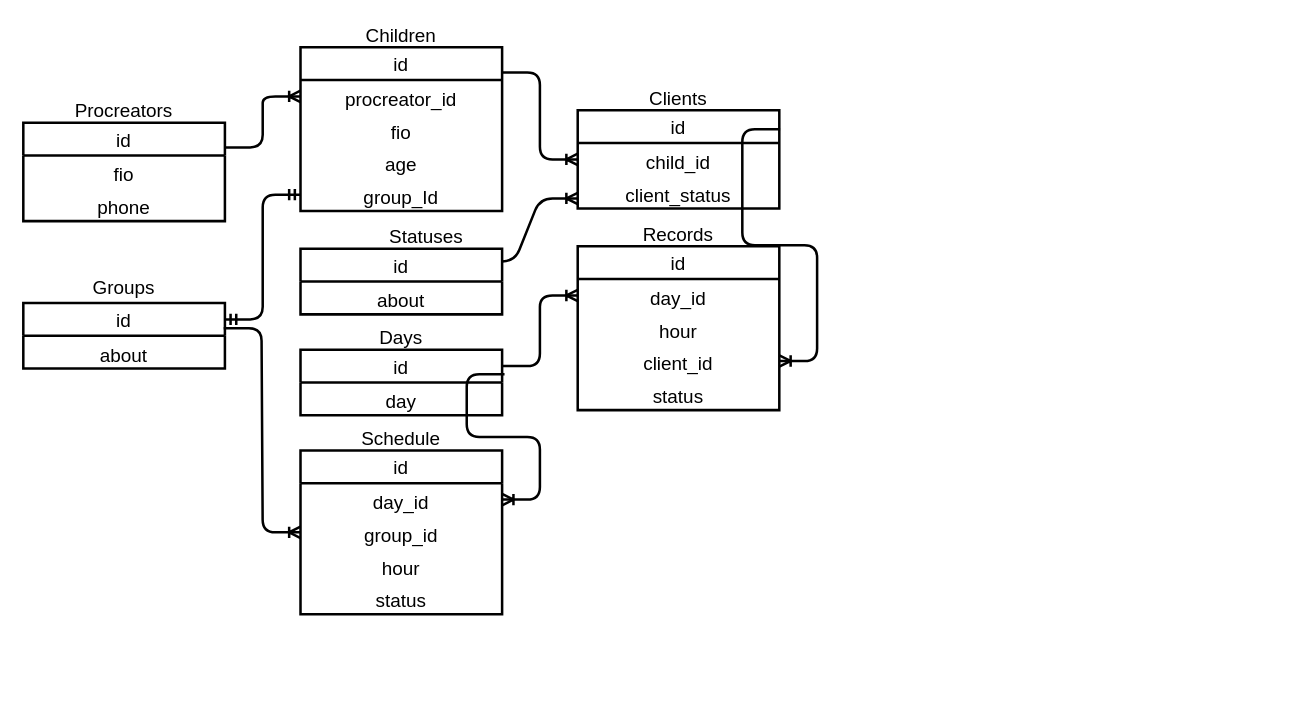
Earlier version of the draw.io diagram BD_MODEL1.drawio (kirillgladkih/diplom). Source tidied: cells renumbered, new cells numbered last; positions are measured from the earlier drawing's top-left corner, leaving out a move shared by most shapes. Both pictures are drawn from the tidied source at 126%, with x=0, y=0 at pixel (23, -16).
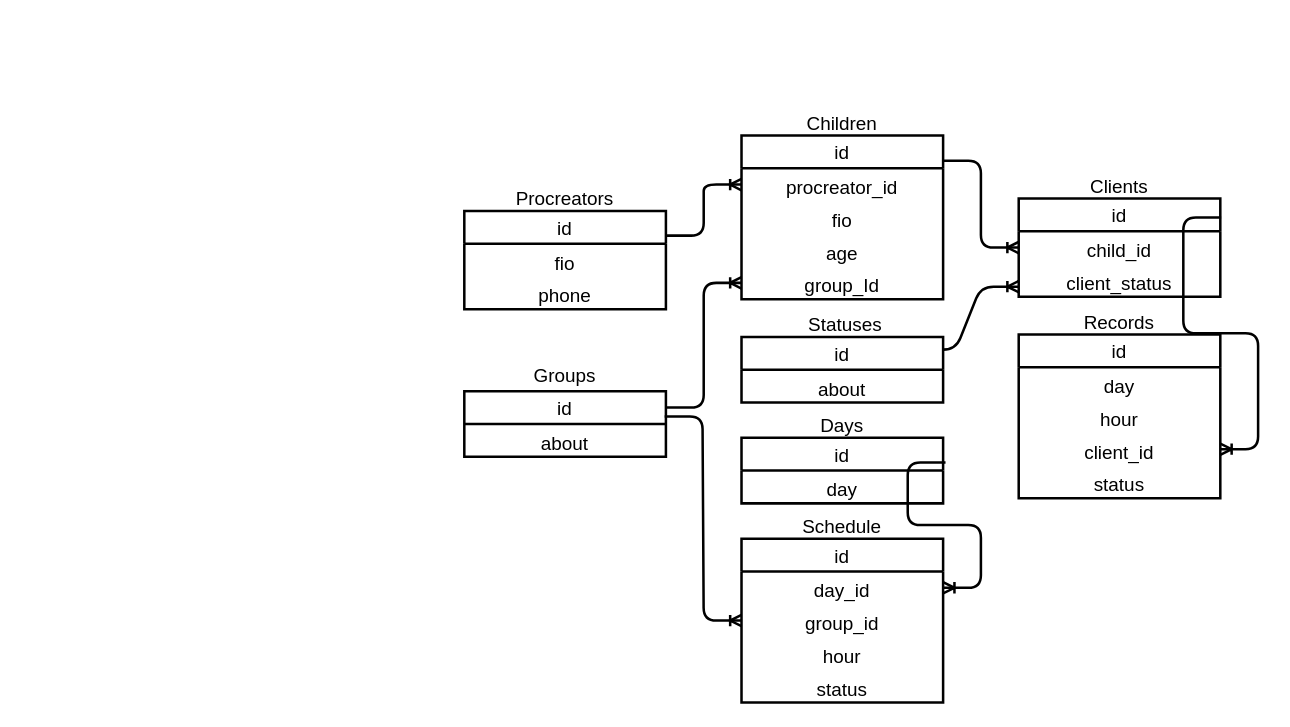
Above is the later version.

Change to the diagram source:
```diff
@@
-    <mxCell id="2" style="group;strokeWidth=6;align=center;fontSize=15;" parent="1" vertex="1">
-      <mxGeometry y="90" width="160" height="98" as="geometry" />
-    </mxCell>
+    <mxCell id="53" style="group;strokeWidth=6;align=center;fontSize=15;" parent="1" vertex="1">
+      <mxGeometry x="350" y="160" width="160" height="98" as="geometry" />
+    </mxCell>
-    <mxCell id="3" value="&lt;font style=&quot;font-size: 15px;&quot;&gt;Procreators&lt;/font&gt;" style="text;html=1;strokeColor=none;fillColor=none;align=center;verticalAlign=middle;whiteSpace=wrap;rounded=0;fontSize=15;" parent="2" vertex="1">
+    <mxCell id="3" value="&lt;font style=&quot;font-size: 15px;&quot;&gt;Procreators&lt;/font&gt;" style="text;html=1;strokeColor=none;fillColor=none;align=center;verticalAlign=middle;whiteSpace=wrap;rounded=0;fontSize=15;" parent="53" vertex="1">
       <mxGeometry x="35" width="90" height="20" as="geometry" />
     </mxCell>
-    <mxCell id="4" value="id" style="swimlane;fontStyle=0;horizontal=1;startSize=26;align=center;fontSize=15;strokeWidth=2;" parent="2" vertex="1">
-      <mxGeometry y="20" width="160" height="78" as="geometry" />
-    </mxCell>
+    <mxCell id="54" value="id" style="swimlane;fontStyle=0;horizontal=1;startSize=26;align=center;fontSize=15;strokeWidth=2;" parent="53" vertex="1">
+      <mxGeometry y="20" width="160" height="78" as="geometry" />
+    </mxCell>
-    <mxCell id="5" value="fio" style="text;strokeColor=none;fillColor=none;spacingLeft=4;spacingRight=4;overflow=hidden;fontSize=15;align=center;" parent="4" vertex="1">
+    <mxCell id="5" value="fio" style="text;strokeColor=none;fillColor=none;spacingLeft=4;spacingRight=4;overflow=hidden;fontSize=15;align=center;" parent="54" vertex="1">
       <mxGeometry y="26" width="160" height="26" as="geometry" />
     </mxCell>
-    <mxCell id="6" value="phone" style="text;strokeColor=none;fillColor=none;spacingLeft=4;spacingRight=4;overflow=hidden;fontSize=15;align=center;" parent="4" vertex="1">
+    <mxCell id="6" value="phone" style="text;strokeColor=none;fillColor=none;spacingLeft=4;spacingRight=4;overflow=hidden;fontSize=15;align=center;" parent="54" vertex="1">
       <mxGeometry y="52" width="160" height="26" as="geometry" />
     </mxCell>
-    <mxCell id="7" style="group;align=center;fontSize=15;" parent="1" vertex="1">
-      <mxGeometry y="230" width="160" height="98" as="geometry" />
-    </mxCell>
+    <mxCell id="55" style="group;align=center;fontSize=15;" parent="1" vertex="1">
+      <mxGeometry x="350" y="300" width="160" height="98" as="geometry" />
+    </mxCell>
-    <mxCell id="8" value="&lt;font style=&quot;font-size: 15px;&quot;&gt;Groups&lt;/font&gt;" style="text;html=1;strokeColor=none;fillColor=none;align=center;verticalAlign=middle;whiteSpace=wrap;rounded=0;fontSize=15;" parent="7" vertex="1">
+    <mxCell id="8" value="&lt;font style=&quot;font-size: 15px;&quot;&gt;Groups&lt;/font&gt;" style="text;html=1;strokeColor=none;fillColor=none;align=center;verticalAlign=middle;whiteSpace=wrap;rounded=0;fontSize=15;" parent="55" vertex="1">
       <mxGeometry x="35" width="90" height="20" as="geometry" />
     </mxCell>
-    <mxCell id="9" value="id" style="swimlane;fontStyle=0;horizontal=1;startSize=26;align=center;fontSize=15;strokeWidth=2;" parent="7" vertex="1">
+    <mxCell id="9" value="id" style="swimlane;fontStyle=0;horizontal=1;startSize=26;align=center;fontSize=15;strokeWidth=2;" parent="55" vertex="1">
       <mxGeometry y="23" width="160" height="52" as="geometry" />
     </mxCell>
-    <mxCell id="10" value="about" style="text;strokeColor=none;fillColor=none;spacingLeft=4;spacingRight=4;overflow=hidden;fontSize=15;align=center;" parent="9" vertex="1">
-      <mxGeometry y="26" width="160" height="26" as="geometry" />
-    </mxCell>
-    <mxCell id="11" style="group;align=center;fontSize=15;" parent="1" vertex="1">
-      <mxGeometry x="440" y="80" width="160" height="98" as="geometry" />
-    </mxCell>
+    <mxCell id="56" value="about" style="text;strokeColor=none;fillColor=none;spacingLeft=4;spacingRight=4;overflow=hidden;fontSize=15;align=center;" parent="9" vertex="1">
+      <mxGeometry y="26" width="160" height="26" as="geometry" />
+    </mxCell>
+    <mxCell id="57" style="group;align=center;fontSize=15;" parent="1" vertex="1">
+      <mxGeometry x="790" y="150" width="160" height="98" as="geometry" />
+    </mxCell>
-    <mxCell id="12" value="&lt;font style=&quot;font-size: 15px;&quot;&gt;Clients&lt;/font&gt;" style="text;html=1;strokeColor=none;fillColor=none;align=center;verticalAlign=middle;whiteSpace=wrap;rounded=0;fontSize=15;" parent="11" vertex="1">
+    <mxCell id="12" value="&lt;font style=&quot;font-size: 15px;&quot;&gt;Clients&lt;/font&gt;" style="text;html=1;strokeColor=none;fillColor=none;align=center;verticalAlign=middle;whiteSpace=wrap;rounded=0;fontSize=15;" parent="57" vertex="1">
       <mxGeometry x="35" width="90" height="20" as="geometry" />
     </mxCell>
-    <mxCell id="13" value="id" style="swimlane;fontStyle=0;horizontal=1;startSize=26;align=center;fontSize=15;strokeWidth=2;" parent="11" vertex="1">
-      <mxGeometry y="20" width="160" height="78" as="geometry" />
-    </mxCell>
+    <mxCell id="58" value="id" style="swimlane;fontStyle=0;horizontal=1;startSize=26;align=center;fontSize=15;strokeWidth=2;" parent="57" vertex="1">
+      <mxGeometry y="20" width="160" height="78" as="geometry" />
+    </mxCell>
-    <mxCell id="14" value="child_id" style="text;strokeColor=none;fillColor=none;spacingLeft=4;spacingRight=4;overflow=hidden;points=[[0,0.5],[1,0.5]];portConstraint=eastwest;fontSize=15;align=center;" parent="13" vertex="1">
+    <mxCell id="14" value="child_id" style="text;strokeColor=none;fillColor=none;spacingLeft=4;spacingRight=4;overflow=hidden;points=[[0,0.5],[1,0.5]];portConstraint=eastwest;fontSize=15;align=center;" parent="58" vertex="1">
       <mxGeometry y="26" width="160" height="26" as="geometry" />
     </mxCell>
-    <mxCell id="15" value="client_status" style="text;strokeColor=none;fillColor=none;spacingLeft=4;spacingRight=4;overflow=hidden;fontSize=15;align=center;" parent="13" vertex="1">
+    <mxCell id="15" value="client_status" style="text;strokeColor=none;fillColor=none;spacingLeft=4;spacingRight=4;overflow=hidden;fontSize=15;align=center;" parent="58" vertex="1">
       <mxGeometry y="52" width="160" height="26" as="geometry" />
     </mxCell>
-    <mxCell id="16" style="edgeStyle=entityRelationEdgeStyle;fontSize=15;html=1;endArrow=ERoneToMany;exitX=0.875;exitY=0.192;exitDx=0;exitDy=0;exitPerimeter=0;strokeWidth=2;align=center;" parent="13" edge="1" source="30">
-      <mxGeometry relative="1" as="geometry">
-        <mxPoint y="70" as="targetPoint" />
-      </mxGeometry>
-    </mxCell>
-    <mxCell id="17" style="group;strokeWidth=2;align=center;fontSize=15;" parent="1" vertex="1">
-      <mxGeometry x="220" y="270" width="160" height="98" as="geometry" />
-    </mxCell>
+    <mxCell id="59" style="edgeStyle=entityRelationEdgeStyle;fontSize=15;html=1;endArrow=ERoneToMany;exitX=0.875;exitY=0.192;exitDx=0;exitDy=0;exitPerimeter=0;strokeWidth=2;align=center;" parent="58" edge="1" source="30">
+      <mxGeometry relative="1" as="geometry">
+        <mxPoint y="70" as="targetPoint" />
+      </mxGeometry>
+    </mxCell>
+    <mxCell id="60" style="group;strokeWidth=2;align=center;fontSize=15;" parent="1" vertex="1">
+      <mxGeometry x="570" y="340" width="160" height="98" as="geometry" />
+    </mxCell>
-    <mxCell id="18" value="&lt;font style=&quot;font-size: 15px;&quot;&gt;Days&lt;/font&gt;" style="text;html=1;strokeColor=none;fillColor=none;align=center;verticalAlign=middle;whiteSpace=wrap;rounded=0;fontSize=15;" parent="17" vertex="1">
+    <mxCell id="18" value="&lt;font style=&quot;font-size: 15px;&quot;&gt;Days&lt;/font&gt;" style="text;html=1;strokeColor=none;fillColor=none;align=center;verticalAlign=middle;whiteSpace=wrap;rounded=0;fontSize=15;" parent="60" vertex="1">
       <mxGeometry x="35" width="90" height="20" as="geometry" />
     </mxCell>
-    <mxCell id="19" value="id" style="swimlane;fontStyle=0;horizontal=1;startSize=26;align=center;fontSize=15;strokeWidth=2;" parent="17" vertex="1">
+    <mxCell id="19" value="id" style="swimlane;fontStyle=0;horizontal=1;startSize=26;align=center;fontSize=15;strokeWidth=2;" parent="60" vertex="1">
       <mxGeometry y="20" width="160" height="52" as="geometry" />
     </mxCell>
-    <mxCell id="20" value="day" style="text;strokeColor=none;fillColor=none;spacingLeft=4;spacingRight=4;overflow=hidden;fontSize=15;align=center;" parent="19" vertex="1">
-      <mxGeometry y="26" width="160" height="26" as="geometry" />
-    </mxCell>
-    <mxCell id="21" style="group;strokeWidth=2;align=center;fontSize=15;" parent="1" vertex="1">
-      <mxGeometry x="220" y="350" width="160" height="98" as="geometry" />
-    </mxCell>
+    <mxCell id="61" value="day" style="text;strokeColor=none;fillColor=none;spacingLeft=4;spacingRight=4;overflow=hidden;fontSize=15;align=center;" parent="19" vertex="1">
+      <mxGeometry y="26" width="160" height="26" as="geometry" />
+    </mxCell>
+    <mxCell id="62" style="group;strokeWidth=2;align=center;fontSize=15;" parent="1" vertex="1">
+      <mxGeometry x="570" y="420" width="160" height="98" as="geometry" />
+    </mxCell>
-    <mxCell id="22" value="&lt;span style=&quot;font-size: 15px;&quot;&gt;Schedule&lt;/span&gt;" style="text;html=1;strokeColor=none;fillColor=none;align=center;verticalAlign=middle;whiteSpace=wrap;rounded=0;fontSize=15;" parent="21" vertex="1">
+    <mxCell id="22" value="&lt;span style=&quot;font-size: 15px;&quot;&gt;Schedule&lt;/span&gt;" style="text;html=1;strokeColor=none;fillColor=none;align=center;verticalAlign=middle;whiteSpace=wrap;rounded=0;fontSize=15;" parent="62" vertex="1">
       <mxGeometry x="35" width="90" height="20" as="geometry" />
     </mxCell>
-    <mxCell id="23" value="id" style="swimlane;fontStyle=0;horizontal=1;startSize=26;align=center;fontSize=15;strokeWidth=2;" parent="21" vertex="1">
-      <mxGeometry y="20" width="160" height="130" as="geometry" />
-    </mxCell>
-    <mxCell id="24" value="day_id" style="text;strokeColor=none;fillColor=none;spacingLeft=4;spacingRight=4;overflow=hidden;points=[[0,0.5],[1,0.5]];portConstraint=eastwest;fontSize=15;align=center;" parent="23" vertex="1">
-      <mxGeometry y="26" width="160" height="26" as="geometry" />
-    </mxCell>
+    <mxCell id="63" value="id" style="swimlane;fontStyle=0;horizontal=1;startSize=26;align=center;fontSize=15;strokeWidth=2;" parent="62" vertex="1">
+      <mxGeometry y="20" width="160" height="130" as="geometry" />
+    </mxCell>
+    <mxCell id="64" value="day_id" style="text;strokeColor=none;fillColor=none;spacingLeft=4;spacingRight=4;overflow=hidden;points=[[0,0.5],[1,0.5]];portConstraint=eastwest;fontSize=15;align=center;" parent="63" vertex="1">
+      <mxGeometry y="26" width="160" height="26" as="geometry" />
+    </mxCell>
-    <mxCell id="25" value="group_id" style="text;strokeColor=none;fillColor=none;spacingLeft=4;spacingRight=4;overflow=hidden;points=[[0,0.5],[1,0.5]];portConstraint=eastwest;fontSize=15;align=center;" parent="23" vertex="1">
+    <mxCell id="25" value="group_id" style="text;strokeColor=none;fillColor=none;spacingLeft=4;spacingRight=4;overflow=hidden;points=[[0,0.5],[1,0.5]];portConstraint=eastwest;fontSize=15;align=center;" parent="63" vertex="1">
       <mxGeometry y="52" width="160" height="26" as="geometry" />
     </mxCell>
-    <mxCell id="26" value="hour" style="text;strokeColor=none;fillColor=none;spacingLeft=4;spacingRight=4;overflow=hidden;fontSize=15;align=center;" parent="23" vertex="1">
+    <mxCell id="26" value="hour" style="text;strokeColor=none;fillColor=none;spacingLeft=4;spacingRight=4;overflow=hidden;fontSize=15;align=center;" parent="63" vertex="1">
       <mxGeometry y="78" width="160" height="26" as="geometry" />
     </mxCell>
-    <mxCell id="27" value="status" style="text;strokeColor=none;fillColor=none;spacingLeft=4;spacingRight=4;overflow=hidden;fontSize=15;align=center;" parent="23" vertex="1">
-      <mxGeometry y="104" width="160" height="26" as="geometry" />
-    </mxCell>
-    <mxCell id="28" style="group;rotation=90;align=center;fontSize=15;" parent="1" vertex="1">
-      <mxGeometry x="240" width="160" height="262" as="geometry" />
-    </mxCell>
+    <mxCell id="65" value="status" style="text;strokeColor=none;fillColor=none;spacingLeft=4;spacingRight=4;overflow=hidden;fontSize=15;align=center;" parent="63" vertex="1">
+      <mxGeometry y="104" width="160" height="26" as="geometry" />
+    </mxCell>
+    <mxCell id="66" style="group;rotation=90;align=center;fontSize=15;" parent="1" vertex="1">
+      <mxGeometry x="590" y="70" width="160" height="262" as="geometry" />
+    </mxCell>
-    <mxCell id="29" value="&lt;font style=&quot;font-size: 15px;&quot;&gt;Statuses&lt;/font&gt;" style="text;html=1;strokeColor=none;fillColor=none;align=center;verticalAlign=middle;whiteSpace=wrap;rounded=0;fontSize=15;" parent="28" vertex="1">
-      <mxGeometry x="35" y="190" width="90" height="20" as="geometry" />
+    <mxCell id="29" value="&lt;font style=&quot;font-size: 15px;&quot;&gt;Statuses&lt;/font&gt;" style="text;html=1;strokeColor=none;fillColor=none;align=center;verticalAlign=middle;whiteSpace=wrap;rounded=0;fontSize=15;" parent="66" vertex="1">
+      <mxGeometry y="190" width="125" height="20" as="geometry" />
     </mxCell>
-    <mxCell id="30" value="id" style="swimlane;fontStyle=0;horizontal=1;startSize=26;align=center;fontSize=15;strokeWidth=2;" parent="28" vertex="1">
+    <mxCell id="30" value="id" style="swimlane;fontStyle=0;horizontal=1;startSize=26;align=center;fontSize=15;strokeWidth=2;" parent="66" vertex="1">
       <mxGeometry x="-20" y="210" width="160" height="52" as="geometry" />
     </mxCell>
-    <mxCell id="31" value="about" style="text;strokeColor=none;fillColor=none;spacingLeft=4;spacingRight=4;overflow=hidden;fontSize=15;align=center;" parent="30" vertex="1">
-      <mxGeometry y="26" width="160" height="26" as="geometry" />
-    </mxCell>
-    <mxCell id="32" style="group;align=center;fontSize=15;" parent="1" vertex="1">
-      <mxGeometry x="440" y="188" width="160" height="98" as="geometry" />
-    </mxCell>
+    <mxCell id="67" value="about" style="text;strokeColor=none;fillColor=none;spacingLeft=4;spacingRight=4;overflow=hidden;fontSize=15;align=center;" parent="30" vertex="1">
+      <mxGeometry y="26" width="160" height="26" as="geometry" />
+    </mxCell>
+    <mxCell id="68" style="group;align=center;fontSize=15;" parent="1" vertex="1">
+      <mxGeometry x="790" y="258" width="160" height="98" as="geometry" />
+    </mxCell>
-    <mxCell id="33" value="&lt;font style=&quot;font-size: 15px;&quot;&gt;Records&lt;/font&gt;" style="text;html=1;strokeColor=none;fillColor=none;align=center;verticalAlign=middle;whiteSpace=wrap;rounded=0;fontSize=15;" parent="32" vertex="1">
+    <mxCell id="33" value="&lt;font style=&quot;font-size: 15px;&quot;&gt;Records&lt;/font&gt;" style="text;html=1;strokeColor=none;fillColor=none;align=center;verticalAlign=middle;whiteSpace=wrap;rounded=0;fontSize=15;" parent="68" vertex="1">
       <mxGeometry x="35" width="90" height="20" as="geometry" />
     </mxCell>
-    <mxCell id="34" value="id" style="swimlane;fontStyle=0;horizontal=1;startSize=26;align=center;fontSize=15;strokeWidth=2;" parent="32" vertex="1">
-      <mxGeometry y="20" width="160" height="130" as="geometry" />
-    </mxCell>
-    <mxCell id="35" value="day_id" style="text;strokeColor=none;fillColor=none;spacingLeft=4;spacingRight=4;overflow=hidden;points=[[0,0.5],[1,0.5]];portConstraint=eastwest;fontSize=15;align=center;" parent="34" vertex="1">
-      <mxGeometry y="26" width="160" height="26" as="geometry" />
-    </mxCell>
+    <mxCell id="69" value="id" style="swimlane;fontStyle=0;horizontal=1;startSize=26;align=center;fontSize=15;strokeWidth=2;" parent="68" vertex="1">
+      <mxGeometry y="20" width="160" height="130" as="geometry" />
+    </mxCell>
+    <mxCell id="70" value="day" style="text;strokeColor=none;fillColor=none;spacingLeft=4;spacingRight=4;overflow=hidden;fontSize=15;align=center;" parent="69" vertex="1">
+      <mxGeometry y="26" width="160" height="26" as="geometry" />
+    </mxCell>
-    <mxCell id="36" value="hour" style="text;strokeColor=none;fillColor=none;spacingLeft=4;spacingRight=4;overflow=hidden;fontSize=15;align=center;" parent="34" vertex="1">
+    <mxCell id="36" value="hour" style="text;strokeColor=none;fillColor=none;spacingLeft=4;spacingRight=4;overflow=hidden;fontSize=15;align=center;" parent="69" vertex="1">
       <mxGeometry y="52" width="160" height="26" as="geometry" />
     </mxCell>
-    <mxCell id="37" value="client_id" style="text;strokeColor=none;fillColor=none;spacingLeft=4;spacingRight=4;overflow=hidden;points=[[0,0.5],[1,0.5]];portConstraint=eastwest;fontSize=15;align=center;" parent="34" vertex="1">
+    <mxCell id="37" value="client_id" style="text;strokeColor=none;fillColor=none;spacingLeft=4;spacingRight=4;overflow=hidden;points=[[0,0.5],[1,0.5]];portConstraint=eastwest;fontSize=15;align=center;" parent="69" vertex="1">
       <mxGeometry y="78" width="160" height="26" as="geometry" />
     </mxCell>
-    <mxCell id="38" value="status" style="text;strokeColor=none;fillColor=none;spacingLeft=4;spacingRight=4;overflow=hidden;fontSize=15;align=center;" parent="34" vertex="1">
-      <mxGeometry y="104" width="160" height="26" as="geometry" />
-    </mxCell>
-    <mxCell id="39" style="edgeStyle=entityRelationEdgeStyle;fontSize=15;html=1;endArrow=ERmandOne;startArrow=ERmandOne;entryX=0;entryY=0.5;entryDx=0;entryDy=0;strokeWidth=2;exitX=1;exitY=0.25;exitDx=0;exitDy=0;align=center;" parent="1" edge="1" source="9" target="47">
-      <mxGeometry relative="1" as="geometry" />
-    </mxCell>
-    <mxCell id="40" style="edgeStyle=entityRelationEdgeStyle;fontSize=15;html=1;endArrow=ERoneToMany;exitX=1;exitY=0.25;exitDx=0;exitDy=0;entryX=0;entryY=0.5;entryDx=0;entryDy=0;strokeWidth=2;align=center;" parent="1" edge="1" source="4" target="44">
-      <mxGeometry relative="1" as="geometry" />
-    </mxCell>
-    <mxCell id="41" style="group;align=center;fontSize=15;" parent="1" vertex="1">
-      <mxGeometry x="220" y="30" width="160" height="124" as="geometry" />
-    </mxCell>
+    <mxCell id="71" value="status" style="text;strokeColor=none;fillColor=none;spacingLeft=4;spacingRight=4;overflow=hidden;fontSize=15;align=center;" parent="69" vertex="1">
+      <mxGeometry y="104" width="160" height="26" as="geometry" />
+    </mxCell>
+    <mxCell id="72" style="edgeStyle=entityRelationEdgeStyle;fontSize=15;html=1;endArrow=ERoneToMany;exitX=1;exitY=0.25;exitDx=0;exitDy=0;entryX=0;entryY=0.5;entryDx=0;entryDy=0;strokeWidth=2;align=center;" parent="1" edge="1" source="54" target="44">
+      <mxGeometry relative="1" as="geometry" />
+    </mxCell>
+    <mxCell id="73" style="group;align=center;fontSize=15;" parent="1" vertex="1">
+      <mxGeometry x="570" y="100" width="160" height="124" as="geometry" />
+    </mxCell>
-    <mxCell id="42" value="&lt;font style=&quot;font-size: 15px;&quot;&gt;Children&lt;/font&gt;" style="text;html=1;strokeColor=none;fillColor=none;align=center;verticalAlign=middle;whiteSpace=wrap;rounded=0;fontSize=15;" parent="41" vertex="1">
+    <mxCell id="42" value="&lt;font style=&quot;font-size: 15px;&quot;&gt;Children&lt;/font&gt;" style="text;html=1;strokeColor=none;fillColor=none;align=center;verticalAlign=middle;whiteSpace=wrap;rounded=0;fontSize=15;" parent="73" vertex="1">
       <mxGeometry x="40" width="80" height="20" as="geometry" />
     </mxCell>
-    <mxCell id="43" value="id" style="swimlane;fontStyle=0;horizontal=1;startSize=26;align=center;fontSize=15;strokeWidth=2;" parent="41" vertex="1">
-      <mxGeometry y="20" width="160" height="130" as="geometry" />
-    </mxCell>
+    <mxCell id="74" value="id" style="swimlane;fontStyle=0;horizontal=1;startSize=26;align=center;fontSize=15;strokeWidth=2;" parent="73" vertex="1">
+      <mxGeometry y="20" width="160" height="130" as="geometry" />
+    </mxCell>
-    <mxCell id="44" value="procreator_id" style="text;strokeColor=none;fillColor=none;spacingLeft=4;spacingRight=4;overflow=hidden;points=[[0,0.5],[1,0.5]];portConstraint=eastwest;fontSize=15;align=center;" parent="43" vertex="1">
+    <mxCell id="44" value="procreator_id" style="text;strokeColor=none;fillColor=none;spacingLeft=4;spacingRight=4;overflow=hidden;points=[[0,0.5],[1,0.5]];portConstraint=eastwest;fontSize=15;align=center;" parent="74" vertex="1">
       <mxGeometry y="26" width="160" height="26" as="geometry" />
     </mxCell>
-    <mxCell id="45" value="fio" style="text;strokeColor=none;fillColor=none;spacingLeft=4;spacingRight=4;overflow=hidden;fontSize=15;align=center;" parent="43" vertex="1">
+    <mxCell id="45" value="fio" style="text;strokeColor=none;fillColor=none;spacingLeft=4;spacingRight=4;overflow=hidden;fontSize=15;align=center;" parent="74" vertex="1">
       <mxGeometry y="52" width="160" height="26" as="geometry" />
     </mxCell>
-    <mxCell id="46" value="age" style="text;strokeColor=none;fillColor=none;spacingLeft=4;spacingRight=4;overflow=hidden;fontSize=15;align=center;" parent="43" vertex="1">
+    <mxCell id="46" value="age" style="text;strokeColor=none;fillColor=none;spacingLeft=4;spacingRight=4;overflow=hidden;fontSize=15;align=center;" parent="74" vertex="1">
       <mxGeometry y="78" width="160" height="26" as="geometry" />
     </mxCell>
-    <mxCell id="47" value="group_Id" style="text;strokeColor=none;fillColor=none;spacingLeft=4;spacingRight=4;overflow=hidden;points=[[0,0.5],[1,0.5]];portConstraint=eastwest;fontSize=15;align=center;" parent="43" vertex="1">
+    <mxCell id="47" value="group_Id" style="text;strokeColor=none;fillColor=none;spacingLeft=4;spacingRight=4;overflow=hidden;points=[[0,0.5],[1,0.5]];portConstraint=eastwest;fontSize=15;align=center;" parent="74" vertex="1">
       <mxGeometry y="104" width="160" height="26" as="geometry" />
     </mxCell>
-    <mxCell id="48" style="edgeStyle=entityRelationEdgeStyle;fontSize=15;html=1;endArrow=ERoneToMany;entryX=0;entryY=0.5;entryDx=0;entryDy=0;strokeWidth=2;align=center;" parent="1" edge="1" target="14">
-      <mxGeometry relative="1" as="geometry">
-        <mxPoint x="380" y="70" as="sourcePoint" />
-      </mxGeometry>
-    </mxCell>
+    <mxCell id="75" style="edgeStyle=entityRelationEdgeStyle;fontSize=15;html=1;endArrow=ERoneToMany;entryX=0;entryY=0.5;entryDx=0;entryDy=0;strokeWidth=2;align=center;" parent="1" edge="1" target="14">
+      <mxGeometry relative="1" as="geometry">
+        <mxPoint x="730" y="140" as="sourcePoint" />
+      </mxGeometry>
+    </mxCell>
@@
-    <mxCell id="50" style="edgeStyle=entityRelationEdgeStyle;fontSize=15;html=1;endArrow=ERoneToMany;exitX=1.012;exitY=0.375;exitDx=0;exitDy=0;strokeWidth=2;exitPerimeter=0;align=center;" parent="1" edge="1" source="19" target="24">
-      <mxGeometry relative="1" as="geometry" />
-    </mxCell>
-    <mxCell id="51" style="edgeStyle=entityRelationEdgeStyle;fontSize=15;html=1;endArrow=ERoneToMany;exitX=1;exitY=0.25;exitDx=0;exitDy=0;strokeWidth=2;align=center;" parent="1" edge="1" source="19" target="35">
-      <mxGeometry relative="1" as="geometry" />
-    </mxCell>
-    <mxCell id="52" style="edgeStyle=entityRelationEdgeStyle;fontSize=15;html=1;endArrow=ERoneToMany;strokeWidth=2;exitX=1.004;exitY=0.194;exitDx=0;exitDy=0;exitPerimeter=0;align=center;" parent="1" edge="1" source="13" target="37">
-      <mxGeometry relative="1" as="geometry" />
-    </mxCell>
+    <mxCell id="76" style="edgeStyle=entityRelationEdgeStyle;fontSize=15;html=1;endArrow=ERoneToMany;exitX=1.012;exitY=0.375;exitDx=0;exitDy=0;strokeWidth=2;exitPerimeter=0;align=center;" parent="1" edge="1" source="19" target="64">
+      <mxGeometry relative="1" as="geometry" />
+    </mxCell>
+    <mxCell id="77" style="edgeStyle=entityRelationEdgeStyle;fontSize=15;html=1;endArrow=ERoneToMany;strokeWidth=2;exitX=1.004;exitY=0.194;exitDx=0;exitDy=0;exitPerimeter=0;align=center;" parent="1" edge="1" source="58" target="37">
+      <mxGeometry relative="1" as="geometry" />
+    </mxCell>
+    <mxCell id="39" style="edgeStyle=entityRelationEdgeStyle;fontSize=15;html=1;endArrow=ERoneToMany;exitX=1;exitY=0.25;exitDx=0;exitDy=0;strokeWidth=2;entryX=0;entryY=0.5;entryDx=0;entryDy=0;align=center;" parent="1" edge="1" source="9" target="47">
+      <mxGeometry relative="1" as="geometry" />
+    </mxCell>
```
